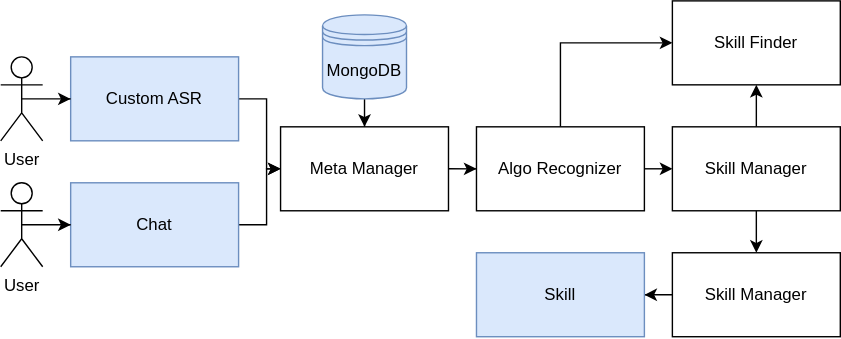
Kadia-IVA/kadia keeps this draw.io diagram as docs/_static/architecture.svg. Above is the earlier version. Source tidied: cells renumbered, new cells last; positions are measured from the earlier drawing's top-left corner, leaving out a move shared by most shapes.
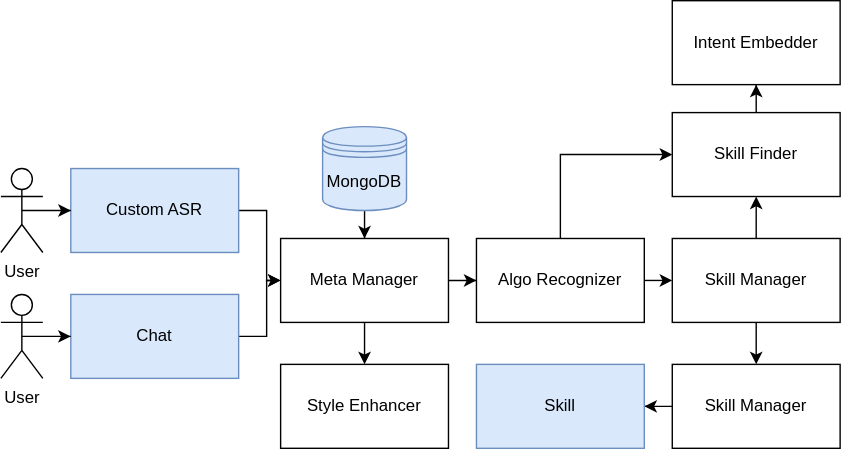
Above is the later version.

Commit message:
architecture scheme fix + meta_manager + 2 issues

The edit, as a diff of the source:
```diff
@@ -11,9 +11,15 @@
     <mxCell id="4" style="edgeStyle=orthogonalEdgeStyle;rounded=0;jettySize=auto;html=1;exitX=1;exitY=0.5;exitDx=0;exitDy=0;" parent="1" edge="1" source="5" target="16">
       <mxGeometry relative="1" as="geometry" />
     </mxCell>
+    <mxCell id="24" style="edgeStyle=orthogonalEdgeStyle;rounded=0;jettySize=auto;html=1;" parent="1" edge="1" source="5" target="25">
+      <mxGeometry relative="1" as="geometry" />
+    </mxCell>
     <mxCell id="5" value="Meta Manager" style="rounded=0;whiteSpace=wrap;html=1;" parent="1" vertex="1">
       <mxGeometry x="200" y="90" width="120" height="60" as="geometry" />
     </mxCell>
+    <mxCell id="25" value="Style Enhancer" style="rounded=0;whiteSpace=wrap;html=1;" parent="1" vertex="1">
+      <mxGeometry x="200" y="180" width="120" height="60" as="geometry" />
+    </mxCell>
     <mxCell id="6" style="edgeStyle=orthogonalEdgeStyle;rounded=0;jettySize=auto;html=1;exitX=0.5;exitY=1;exitDx=0;exitDy=0;" parent="1" edge="1" source="7" target="5">
       <mxGeometry relative="1" as="geometry" />
     </mxCell>
@@ -47,9 +53,15 @@
     <mxCell id="16" value="Algo Recognizer" style="rounded=0;whiteSpace=wrap;html=1;" parent="1" vertex="1">
       <mxGeometry x="340" y="90" width="120" height="60" as="geometry" />
     </mxCell>
+    <mxCell id="26" style="edgeStyle=orthogonalEdgeStyle;rounded=0;jettySize=auto;html=1;" parent="1" edge="1" source="17" target="27">
+      <mxGeometry relative="1" as="geometry" />
+    </mxCell>
     <mxCell id="17" value="Skill Finder" style="rounded=0;whiteSpace=wrap;html=1;" parent="1" vertex="1">
       <mxGeometry x="480" width="120" height="60" as="geometry" />
     </mxCell>
+    <mxCell id="27" value="Intent Embedder" style="rounded=0;whiteSpace=wrap;html=1;" parent="1" vertex="1">
+      <mxGeometry x="480" y="-80" width="120" height="60" as="geometry" />
+    </mxCell>
     <mxCell id="18" style="edgeStyle=orthogonalEdgeStyle;rounded=0;jettySize=auto;html=1;exitX=0.5;exitY=0;exitDx=0;exitDy=0;entryX=0.5;entryY=1;entryDx=0;entryDy=0;" parent="1" edge="1" source="20" target="17">
       <mxGeometry relative="1" as="geometry" />
     </mxCell>
```
